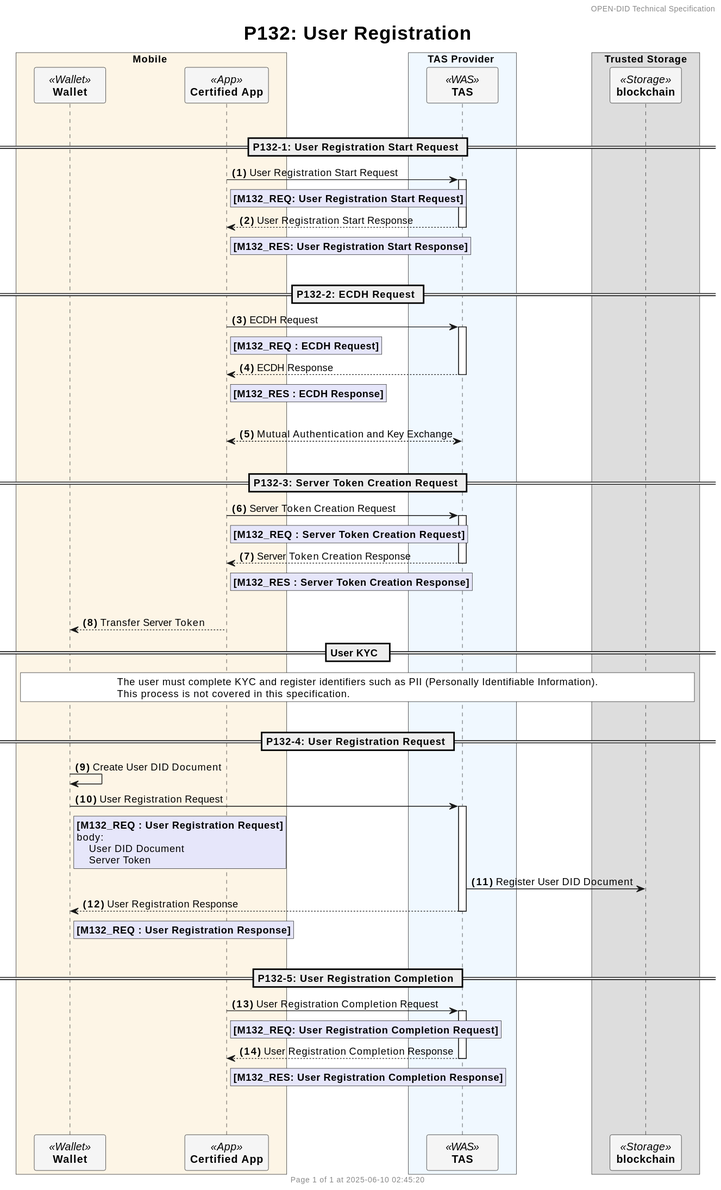
Above: docs/sequence/simple/images/P132_user_register_simple.svg in OmniOneID/did-doc-architecture (PlantUML), before the change.
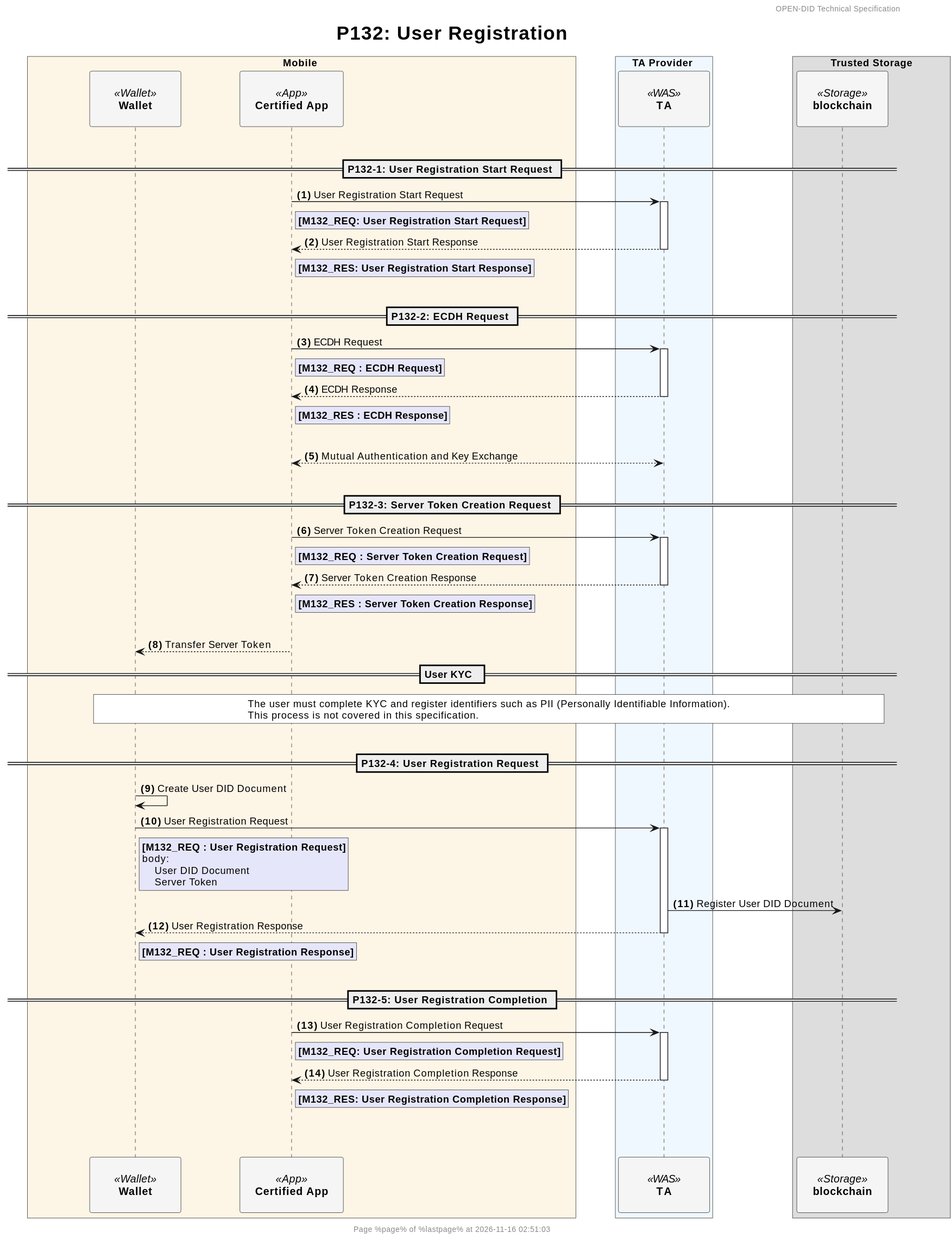
Above is the later version.

The edit, as a diff of the source:
```diff
@@ -10,7 +10,11 @@
 
 autonumber "<b>(#)</b>"
 
-skinparam ParticipantPadding 20
+<style>
+participant {
+  Padding 20
+}
+</style>
 skinparam BoxPadding 20
 skinparam MaxMessageSize 500
 skinparam MinClassWidth 80
@@ -21,8 +25,8 @@
     participant "**Certified App**" as CA <<App>> #WhiteSmoke
 end box
 
-box TAS Provider #AliceBlue
-    participant "**TAS**" as TAS <<WAS>> #WhiteSmoke
+box TA Provider #AliceBlue
+    participant "**TA**" as TA <<WAS>> #WhiteSmoke
 end box
 
 box Trusted Storage
@@ -35,12 +39,12 @@
 |||
 
 == P132-1: User Registration Start Request ==
-CA -> TAS++: User Registration Start Request
+CA -> TA++: User Registration Start Request
 rnote right of CA #Lavender
     **[M132_REQ: User Registration Start Request]**
 end note
 
-TAS --> CA--: User Registration Start Response
+TA --> CA--: User Registration Start Response
 rnote right of CA #Lavender
     **[M132_RES: User Registration Start Response]**
 end note
@@ -48,27 +52,27 @@
 
 |||
 == P132-2: ECDH Request ==
-CA -> TAS++ : ECDH Request
+CA -> TA++ : ECDH Request
 rnote right of CA #Lavender
     **[M132_REQ : ECDH Request]**
 end note
 
-TAS --> CA--: ECDH Response
+TA --> CA--: ECDH Response
 rnote right of CA #Lavender
     **[M132_RES : ECDH Response]**
 end note
 
 |||
-CA <--> TAS : Mutual Authentication and Key Exchange
+CA <--> TA : Mutual Authentication and Key Exchange
 
 |||
 == P132-3: Server Token Creation Request ==
-CA -> TAS++ : Server Token Creation Request
+CA -> TA++ : Server Token Creation Request
 rnote right of CA #Lavender
     **[M132_REQ : Server Token Creation Request]**
 end note
 
-TAS --> CA--: Server Token Creation Response
+TA --> CA--: Server Token Creation Response
 rnote right of CA #Lavender
     **[M132_RES : Server Token Creation Response]**
 end note
@@ -88,7 +92,7 @@
 == P132-4: User Registration Request ==
 WALLET -> WALLET: Create User DID Document
 
-WALLET -> TAS++: User Registration Request
+WALLET -> TA++: User Registration Request
 rnote right of WALLET #Lavender
     **[M132_REQ : User Registration Request]**
     body:
@@ -96,9 +100,9 @@
         Server Token
 end note
 
-TAS -> BC: Register User DID Document
+TA -> BC: Register User DID Document
 
-TAS --> WALLET--: User Registration Response
+TA --> WALLET--: User Registration Response
 rnote right of WALLET #Lavender
     **[M132_REQ : User Registration Response]**
 end note
@@ -106,12 +110,12 @@
 
 |||
 == P132-5: User Registration Completion ==
-CA -> TAS++: User Registration Completion Request
+CA -> TA++: User Registration Completion Request
 rnote right of CA #Lavender
     **[M132_REQ: User Registration Completion Request]**
 end note
 
-TAS --> CA--: User Registration Completion Response
+TA --> CA--: User Registration Completion Response
 rnote right of CA #Lavender
     **[M132_RES: User Registration Completion Response]**
 end note
```
